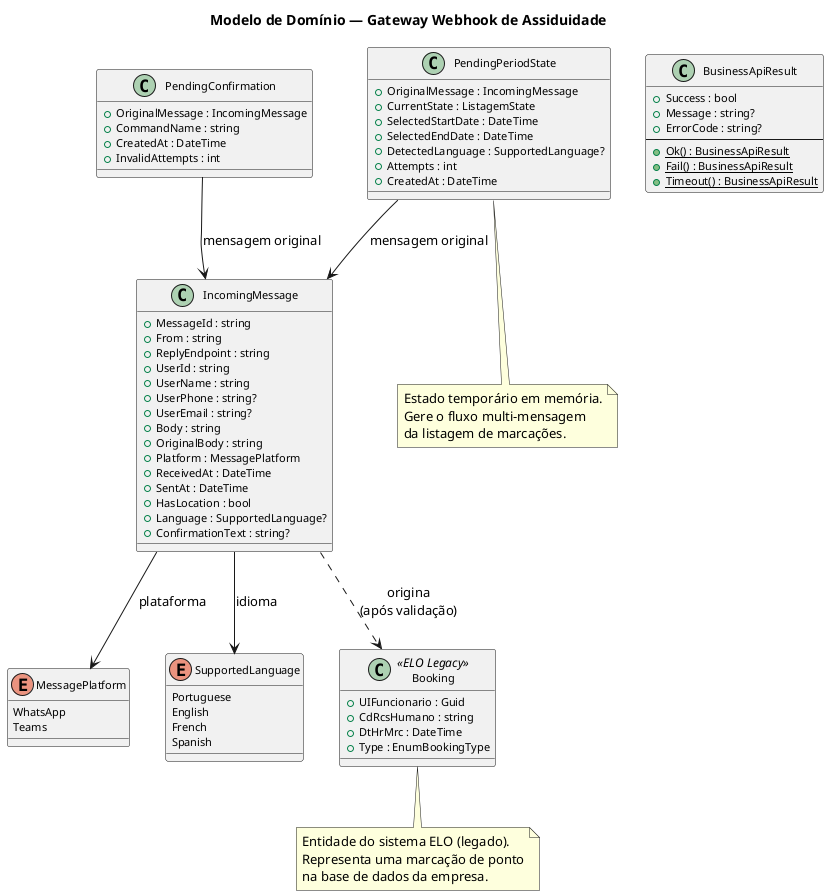
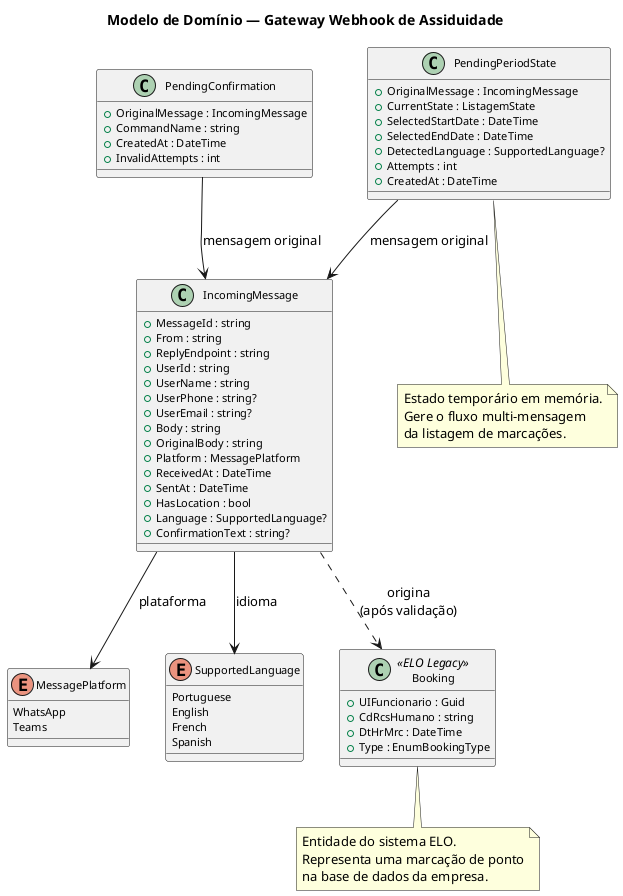
@startuml modelo_dominio
skinparam backgroundColor #FFFFFF
skinparam shadowing false
skinparam defaultFontName "Segoe UI"
skinparam classFontSize 12
skinparam classAttributeFontSize 11

title Modelo de Domínio — Gateway Webhook de Assiduidade

' ─── Enumerações ──────────────────────────────────────────
enum MessagePlatform {
    WhatsApp
    Teams
}

enum SupportedLanguage {
    Portuguese
    English
    French
    Spanish
}

' ─── Classes de Domínio ───────────────────────────────────
class IncomingMessage {
    + MessageId : string
    + From : string
    + ReplyEndpoint : string
    + UserId : string
    + UserName : string
    + UserPhone : string?
    + UserEmail : string?
    + Body : string
    + OriginalBody : string
    + Platform : MessagePlatform
    + ReceivedAt : DateTime
    + SentAt : DateTime
    + HasLocation : bool
    + Language : SupportedLanguage?
    + ConfirmationText : string?
}

class PendingConfirmation {
    + OriginalMessage : IncomingMessage
    + CommandName : string
    + CreatedAt : DateTime
    + InvalidAttempts : int
}

class PendingPeriodState {
    + OriginalMessage : IncomingMessage
    + CurrentState : ListagemState
    + SelectedStartDate : DateTime
    + SelectedEndDate : DateTime
    + DetectedLanguage : SupportedLanguage?
    + Attempts : int
    + CreatedAt : DateTime
}

- class BusinessApiResult {
-     + Success : bool
-     + Message : string?
-     + ErrorCode : string?
-     --
-     + {static} Ok() : BusinessApiResult
-     + {static} Fail() : BusinessApiResult
-     + {static} Timeout() : BusinessApiResult
- }
- 
class Booking <<ELO Legacy>> {
    + UIFuncionario : Guid
    + CdRcsHumano : string
    + DtHrMrc : DateTime
    + Type : EnumBookingType
}

' ─── Relações ─────────────────────────────────────────────
IncomingMessage --> MessagePlatform : plataforma
IncomingMessage --> SupportedLanguage : idioma

PendingConfirmation --> IncomingMessage : mensagem original
PendingPeriodState --> IncomingMessage : mensagem original

IncomingMessage ..> Booking : origina\n(após validação)

note bottom of Booking
-   Entidade do sistema ELO (legado).
+   Entidade do sistema ELO.
  Representa uma marcação de ponto
  na base de dados da empresa.
end note

note bottom of PendingPeriodState
  Estado temporário em memória.
  Gere o fluxo multi-mensagem
  da listagem de marcações.
end note

@enduml
